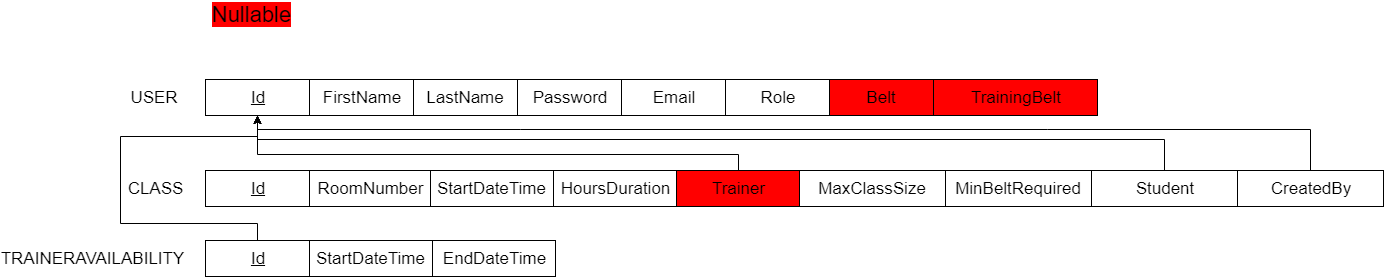
This is docs/database/table_design.png from KellyP5/Desktop-Gym-Scheduler, a draw.io export, as it was before one commit. Source tidied: cells renumbered, new cells last; positions are measured from the earlier drawing's top-left corner, leaving out a move shared by most shapes.
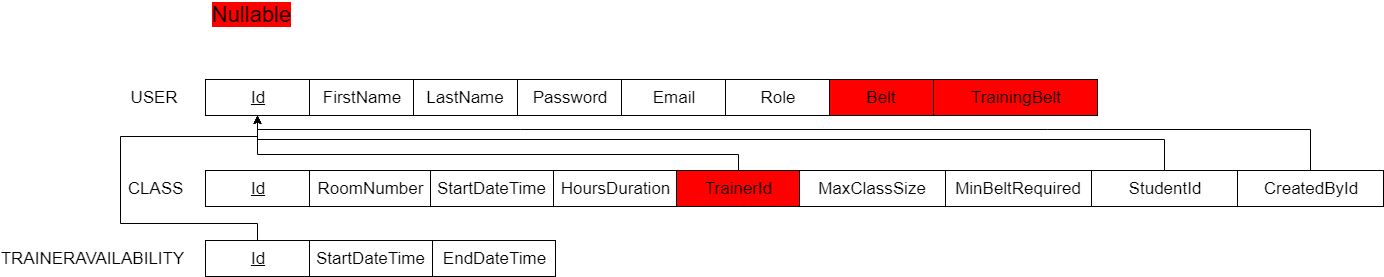
Later version of the same file.

Commit message:
Update database design changed Trainer, Student and CreatedBy to have Id appended to their names

Diff of the diagram source:
```diff
@@ -49,7 +49,7 @@
         </Array>
       </mxGeometry>
     </mxCell>
-    <mxCell id="16" value="&lt;span style=&quot;font-size: 17px&quot;&gt;Trainer&lt;/span&gt;" style="rounded=0;whiteSpace=wrap;html=1;fillColor=#FF0000;" parent="1" vertex="1">
+    <mxCell id="16" value="&lt;span style=&quot;font-size: 17px&quot;&gt;TrainerId&lt;/span&gt;" style="rounded=0;whiteSpace=wrap;html=1;fillColor=#FF0000;" parent="1" vertex="1">
       <mxGeometry x="605" y="166" width="123" height="36" as="geometry" />
     </mxCell>
     <mxCell id="17" value="&lt;span style=&quot;font-size: 17px&quot;&gt;HoursDuration&lt;/span&gt;" style="rounded=0;whiteSpace=wrap;html=1;" parent="1" vertex="1">
@@ -85,7 +85,7 @@
         </Array>
       </mxGeometry>
     </mxCell>
-    <mxCell id="24" value="&lt;span style=&quot;font-size: 17px&quot;&gt;Student&lt;/span&gt;" style="rounded=0;whiteSpace=wrap;html=1;" parent="1" vertex="1">
+    <mxCell id="24" value="&lt;span style=&quot;font-size: 17px&quot;&gt;StudentId&lt;/span&gt;" style="rounded=0;whiteSpace=wrap;html=1;" parent="1" vertex="1">
       <mxGeometry x="1020" y="166" width="146" height="36" as="geometry" />
     </mxCell>
     <mxCell id="25" value="&lt;span style=&quot;font-size: 17px&quot;&gt;StartDateTime&lt;/span&gt;" style="rounded=0;whiteSpace=wrap;html=1;" parent="1" vertex="1">
@@ -105,7 +105,7 @@
         </Array>
       </mxGeometry>
     </mxCell>
-    <mxCell id="29" value="&lt;span style=&quot;font-size: 17px&quot;&gt;CreatedBy&lt;/span&gt;" style="rounded=0;whiteSpace=wrap;html=1;" parent="1" vertex="1">
+    <mxCell id="29" value="&lt;span style=&quot;font-size: 17px&quot;&gt;CreatedById&lt;/span&gt;" style="rounded=0;whiteSpace=wrap;html=1;" parent="1" vertex="1">
       <mxGeometry x="1166" y="166" width="146" height="36" as="geometry" />
     </mxCell>
   </root>
```
